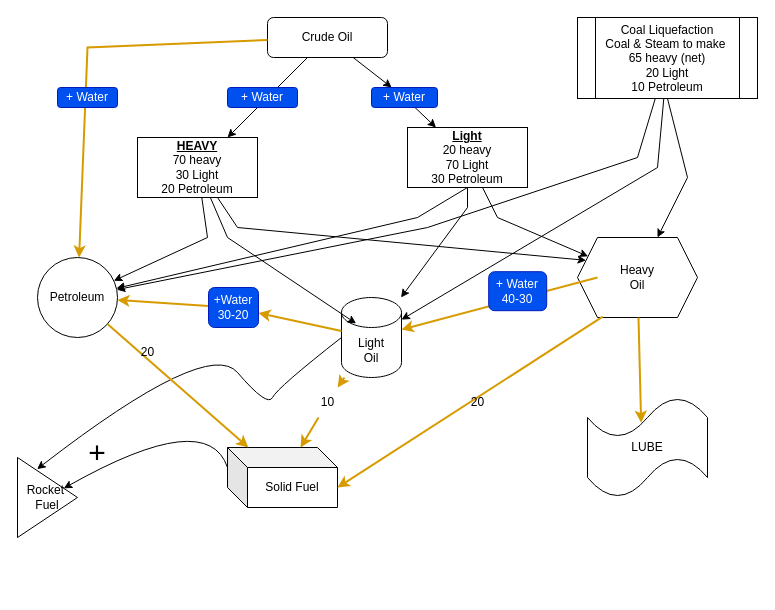
Before: Untitled Diagram.drawio in TheColetrain/draw.io, a draw.io diagram. Source tidied: cells renumbered, new cells numbered last; positions are measured from the earlier drawing's top-left corner, leaving out a move shared by most shapes. Both pictures are drawn from the tidied source at 100%, with x=0, y=0 at pixel (17, 17).
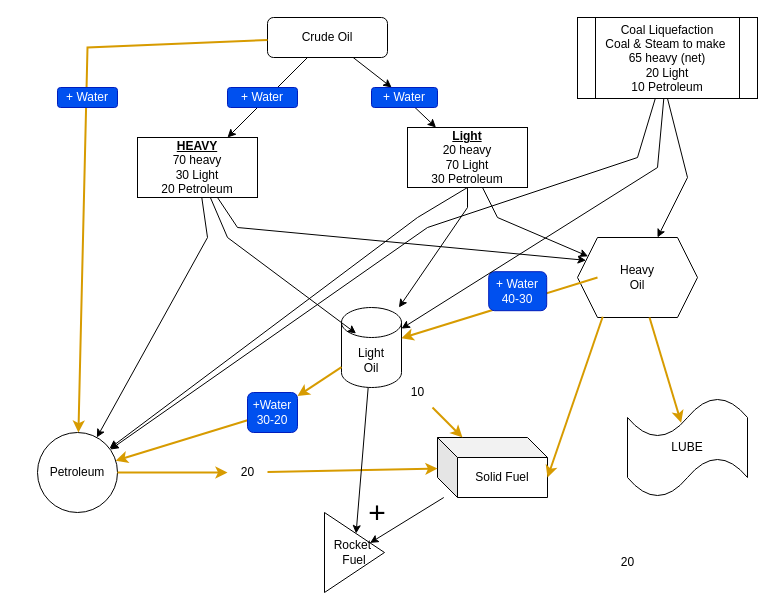
The same diagram, later.

The edit, as a diff of the source:
```diff
@@
     <mxCell id="3" value="Petroleum" style="ellipse;whiteSpace=wrap;html=1;" parent="1" vertex="1">
-      <mxGeometry x="20" y="240" width="80" height="80" as="geometry" />
+      <mxGeometry x="20" y="415" width="80" height="80" as="geometry" />
     </mxCell>
     <mxCell id="4" value="Light&lt;div&gt;Oil&lt;/div&gt;" style="shape=cylinder3;whiteSpace=wrap;html=1;boundedLbl=1;backgroundOutline=1;size=15;" parent="1" vertex="1">
-      <mxGeometry x="324" y="280" width="60" height="80" as="geometry" />
+      <mxGeometry x="324" y="290" width="60" height="80" as="geometry" />
     </mxCell>
@@
     <mxCell id="7" value="Solid Fuel" style="shape=cube;whiteSpace=wrap;html=1;boundedLbl=1;backgroundOutline=1;darkOpacity=0.05;darkOpacity2=0.1;" parent="1" vertex="1">
-      <mxGeometry x="210" y="430" width="110" height="60" as="geometry" />
+      <mxGeometry x="420" y="420" width="110" height="60" as="geometry" />
     </mxCell>
@@
     <mxCell id="9" value="LUBE" style="shape=tape;whiteSpace=wrap;html=1;" parent="1" vertex="1">
-      <mxGeometry x="570" y="380" width="120" height="100" as="geometry" />
+      <mxGeometry x="610" y="380" width="120" height="100" as="geometry" />
     </mxCell>
@@
     <mxCell id="11" value="Rocket&amp;nbsp;&lt;div&gt;Fuel&lt;/div&gt;" style="triangle;whiteSpace=wrap;html=1;" parent="1" vertex="1">
-      <mxGeometry y="440" width="60" height="80" as="geometry" />
+      <mxGeometry x="307" y="495" width="60" height="80" as="geometry" />
     </mxCell>
-    <mxCell id="12" style="curved=1;endArrow=classic;html=1;rounded=0;exitX=0;exitY=0;exitDx=0;exitDy=20;exitPerimeter=0;" parent="1" edge="1" source="7" target="11">
-      <mxGeometry relative="1" as="geometry">
-        <Array as="points">
-          <mxPoint x="190" y="390" />
-        </Array>
-      </mxGeometry>
-    </mxCell>
-    <mxCell id="13" style="curved=1;endArrow=classic;html=1;rounded=0;exitX=0;exitY=0.5;exitDx=0;exitDy=0;exitPerimeter=0;entryX=0.327;entryY=0.145;entryDx=0;entryDy=0;entryPerimeter=0;" parent="1" edge="1" source="4" target="11">
-      <mxGeometry relative="1" as="geometry">
-        <Array as="points">
-          <mxPoint x="260" y="370" />
-          <mxPoint x="250" y="390" />
-          <mxPoint x="190" y="320" />
-        </Array>
-      </mxGeometry>
-    </mxCell>
@@
     <mxCell id="25" value="+" style="text;strokeColor=none;align=center;fillColor=none;html=1;verticalAlign=middle;whiteSpace=wrap;rounded=0;fontSize=30;" parent="1" vertex="1">
-      <mxGeometry x="50" y="420" width="60" height="30" as="geometry" />
+      <mxGeometry x="330" y="480" width="60" height="30" as="geometry" />
     </mxCell>
-    <mxCell id="26" style="endArrow=classic;html=1;rounded=0;fillColor=#ffe6cc;strokeColor=#d79b00;strokeWidth=2;" parent="1" edge="1" source="3" target="7">
+    <mxCell id="26" style="endArrow=classic;html=1;rounded=0;fillColor=#ffe6cc;strokeColor=#d79b00;strokeWidth=2;" parent="1" edge="1" source="38" target="7">
       <mxGeometry relative="1" as="geometry" />
     </mxCell>
@@
     <mxCell id="33" value="+Water&lt;br&gt;&lt;div&gt;30-20&lt;/div&gt;" style="rounded=1;whiteSpace=wrap;html=1;fillColor=#0050ef;fontColor=#ffffff;strokeColor=#001DBC;" parent="1" vertex="1">
-      <mxGeometry x="191" y="270" width="50" height="40" as="geometry" />
+      <mxGeometry x="230" y="375" width="50" height="40" as="geometry" />
     </mxCell>
@@
     <mxCell id="37" value="10" style="text;html=1;align=center;verticalAlign=middle;points=[];strokeColor=none;fillColor=none;" parent="1" vertex="1">
-      <mxGeometry x="290" y="370" width="40" height="30" as="geometry" />
+      <mxGeometry x="380" y="360" width="40" height="30" as="geometry" />
     </mxCell>
-    <mxCell id="38" value="20" style="text;html=1;align=center;verticalAlign=middle;points=[];strokeColor=none;fillColor=none;" parent="1" vertex="1">
-      <mxGeometry x="110" y="320" width="40" height="30" as="geometry" />
-    </mxCell>
     <mxCell id="39" value="20" style="text;html=1;align=center;verticalAlign=middle;strokeColor=none;fillColor=none;" parent="1" vertex="1">
-      <mxGeometry x="440" y="370" width="40" height="30" as="geometry" />
+      <mxGeometry x="590" y="530" width="40" height="30" as="geometry" />
     </mxCell>
@@
+    <mxCell id="12" style="endArrow=classic;html=1;rounded=0;" parent="1" edge="1" source="7" target="11">
+      <mxGeometry relative="1" as="geometry" />
+    </mxCell>
+    <mxCell id="13" style="endArrow=classic;html=1;rounded=0;" parent="1" edge="1" source="4" target="11">
+      <mxGeometry relative="1" as="geometry" />
+    </mxCell>
+    <mxCell id="44" style="endArrow=classic;html=1;rounded=0;fillColor=#ffe6cc;strokeColor=#d79b00;strokeWidth=2;" parent="1" edge="1" source="3" target="38">
+      <mxGeometry relative="1" as="geometry" />
+    </mxCell>
+    <mxCell id="38" value="20" style="text;html=1;align=center;verticalAlign=middle;points=[];strokeColor=none;fillColor=none;" parent="1" vertex="1">
+      <mxGeometry x="210" y="440" width="40" height="30" as="geometry" />
+    </mxCell>
```
